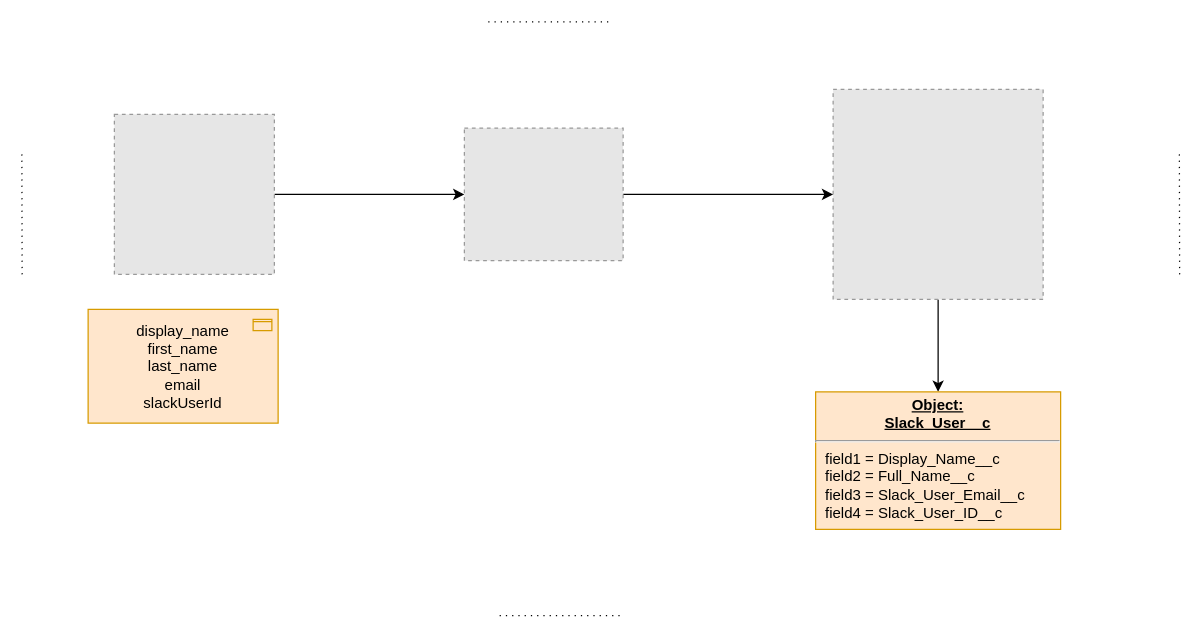
Earlier version of the draw.io diagram page "Design Diragram" (2 of 2) of slack-salesforce-user-data-sync.drawio (sumanchatterjee3/draw-io). Source tidied: cells renumbered, new cells numbered last; positions are measured from the earlier drawing's top-left corner, leaving out a move shared by most shapes. Both pictures are drawn from the tidied source at 125%, with x=0, y=0 at pixel (21, 21). Pictures stored in the file or linked from it are replaced by grey dashed boxes.
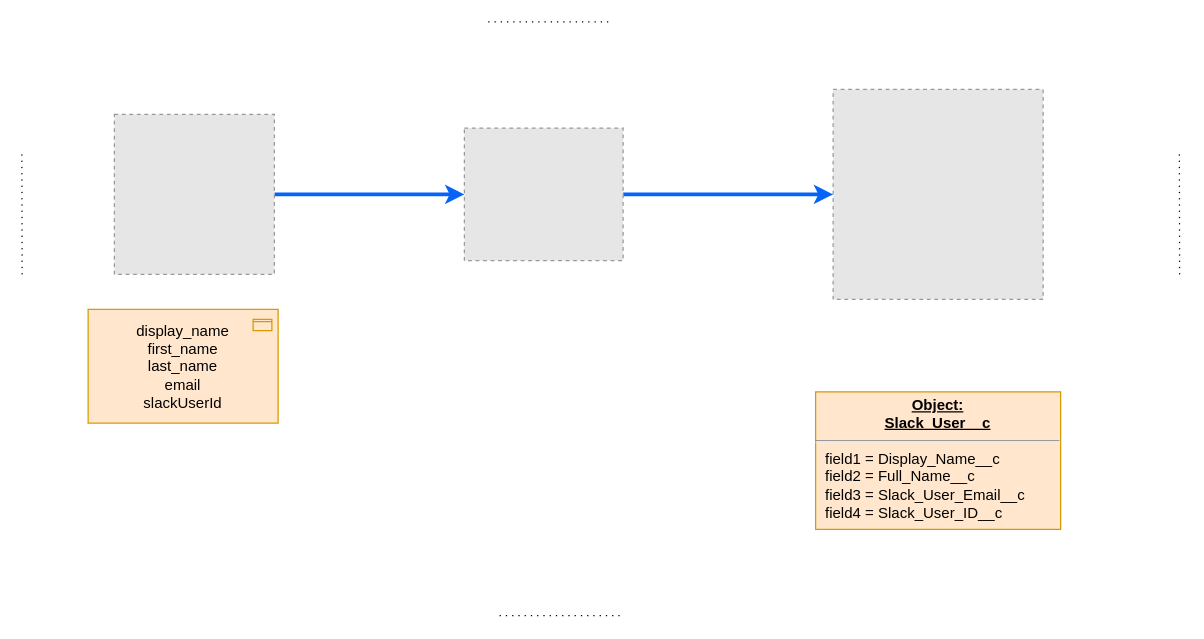
The same diagram, later.

The edit, as a diff of the source:
```diff
@@
 <mxGraphModel>
   <root>
     <mxCell id="0" />
     <mxCell id="1" parent="0" />
-    <mxCell id="2" style="edgeStyle=orthogonalEdgeStyle;rounded=0;jettySize=auto;html=1;entryX=0;entryY=0.5;entryDx=0;entryDy=0;" parent="1" edge="1" source="3" target="7">
+    <mxCell id="2" style="edgeStyle=orthogonalEdgeStyle;rounded=0;jettySize=auto;html=1;entryX=0;entryY=0.5;entryDx=0;entryDy=0;strokeColor=#0563fa;strokeWidth=3;" parent="1" edge="1" source="3" target="7">
       <mxGeometry relative="1" as="geometry" />
     </mxCell>
     <mxCell id="3" style="fillColor=#E6E6E6;strokeColor=#999999;dashed=1;html=1;verticalAlign=top;verticalLabelPosition=bottom;labelBackgroundColor=#ffffff;" parent="1" vertex="1">
       <mxGeometry x="74" y="74" width="128" height="128" as="geometry" />
     </mxCell>
-    <mxCell id="4" style="edgeStyle=orthogonalEdgeStyle;rounded=0;jettySize=auto;html=1;" parent="1" edge="1" source="5" target="8">
-      <mxGeometry relative="1" as="geometry" />
-    </mxCell>
     <mxCell id="5" style="fillColor=#E6E6E6;strokeColor=#999999;dashed=1;verticalLabelPosition=bottom;verticalAlign=top;" parent="1" vertex="1">
       <mxGeometry x="649" y="54" width="168" height="168" as="geometry" />
     </mxCell>
-    <mxCell id="6" style="edgeStyle=orthogonalEdgeStyle;rounded=0;jettySize=auto;html=1;" parent="1" edge="1" source="7" target="5">
+    <mxCell id="6" style="edgeStyle=orthogonalEdgeStyle;rounded=0;jettySize=auto;html=1;strokeColor=#0563fa;strokeWidth=3;" parent="1" edge="1" source="7" target="5">
       <mxGeometry relative="1" as="geometry" />
     </mxCell>
     <mxCell id="7" style="fillColor=#E6E6E6;strokeColor=#999999;dashed=1;verticalLabelPosition=bottom;verticalAlign=top;" parent="1" vertex="1">
       <mxGeometry x="354" y="85" width="127" height="106" as="geometry" />
     </mxCell>
     <mxCell id="8" value="&lt;p style=&quot;margin:0px;margin-top:4px;text-align:center;text-decoration:underline;&quot;&gt;&lt;b&gt;Object:&lt;/b&gt;&lt;/p&gt;&lt;div style=&quot;text-align: center;&quot;&gt;&lt;b&gt;&lt;u&gt;Slack_User__c&lt;/u&gt;&lt;/b&gt;&lt;/div&gt;&lt;hr&gt;&lt;p style=&quot;margin:0px;margin-left:8px;&quot;&gt;field1 = Display_Name__c&lt;br&gt;field2 = Full_Name__c&lt;br&gt;field3 = Slack_User_Email__c&lt;/p&gt;&lt;p style=&quot;margin:0px;margin-left:8px;&quot;&gt;field4 =&amp;nbsp;Slack_User_ID__c&lt;/p&gt;" style="verticalAlign=top;align=left;overflow=fill;fontSize=12;fontFamily=Helvetica;html=1;whiteSpace=wrap;fillColor=#ffe6cc;strokeColor=#d79b00;" parent="1" vertex="1">
       <mxGeometry x="635" y="296" width="196" height="110" as="geometry" />
     </mxCell>
     <mxCell id="9" value="display_name&lt;br&gt;first_name&lt;br&gt;last_name&lt;br&gt;email&lt;br&gt;slackUserId" style="html=1;whiteSpace=wrap;fillColor=#ffe6cc;shape=mxgraph.archimate3.application;appType=passive;archiType=square;strokeColor=#d79b00;" parent="1" vertex="1">
       <mxGeometry x="53" y="230" width="152" height="91" as="geometry" />
     </mxCell>
     <mxCell id="10" style="endArrow=none;html=1;rounded=0;dashed=1;dashPattern=1 4;" parent="1" edge="1">
       <mxGeometry relative="1" as="geometry">
         <mxPoint x="0.2" y="202" as="sourcePoint" />
         <mxPoint y="106" as="targetPoint" />
       </mxGeometry>
     </mxCell>
     <mxCell id="11" style="endArrow=none;html=1;rounded=0;dashed=1;dashPattern=1 4;" parent="1" edge="1">
       <mxGeometry relative="1" as="geometry">
         <mxPoint x="926.2" y="202" as="sourcePoint" />
         <mxPoint x="926" y="106" as="targetPoint" />
       </mxGeometry>
     </mxCell>
     <mxCell id="12" style="endArrow=none;html=1;rounded=0;dashed=1;dashPattern=1 4;" parent="1" edge="1">
       <mxGeometry relative="1" as="geometry">
         <mxPoint x="382.2" y="475" as="sourcePoint" />
         <mxPoint x="481" y="475" as="targetPoint" />
       </mxGeometry>
     </mxCell>
     <mxCell id="13" style="endArrow=none;html=1;rounded=0;dashed=1;dashPattern=1 4;" parent="1" edge="1">
       <mxGeometry relative="1" as="geometry">
         <mxPoint x="373.1" as="sourcePoint" />
         <mxPoint x="471.9" as="targetPoint" />
       </mxGeometry>
     </mxCell>
   </root>
 </mxGraphModel>
```
